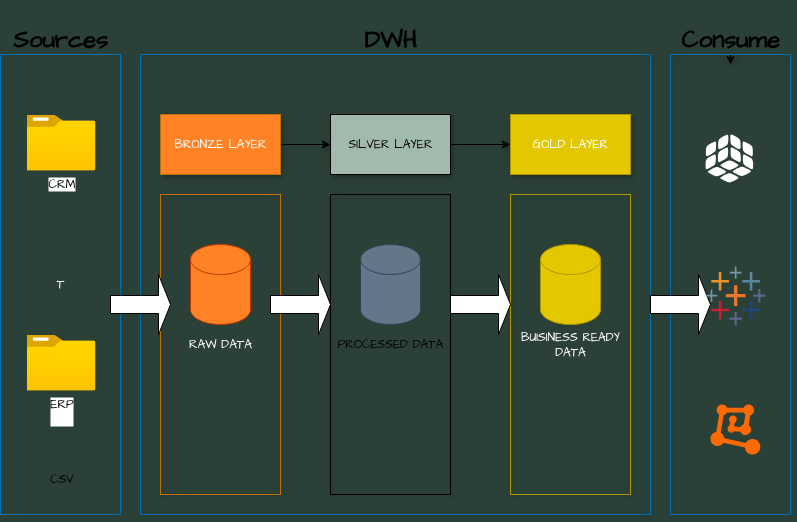
Before: docs/diagrams/Architecture_design.png, a diagram exported from draw.io (KonstantinosRamm/sql_data_warehouse_project). Source tidied: cells renumbered, new cells last; positions are measured from the earlier drawing's top-left corner, leaving out a move shared by most shapes. Its diagram source:
```xml
<mxGraphModel background="#2B4138">
  <root>
    <mxCell id="0" />
    <mxCell id="1" parent="0" />
    <mxCell id="2" value="T" style="rounded=0;whiteSpace=wrap;html=1;hachureGap=4;fontFamily=Architects Daughter;fontSource=https%3A%2F%2Ffonts.googleapis.com%2Fcss%3Ffamily%3DArchitects%2BDaughter;fillColor=none;fontColor=#ffffff;strokeColor=#006EAF;glass=0;" parent="1" vertex="1">
      <mxGeometry y="50" width="120" height="460" as="geometry" />
    </mxCell>
    <mxCell id="3" style="rounded=0;whiteSpace=wrap;html=1;hachureGap=4;fontFamily=Architects Daughter;fontSource=https%3A%2F%2Ffonts.googleapis.com%2Fcss%3Ffamily%3DArchitects%2BDaughter;fillColor=none;fontColor=#ffffff;strokeColor=#006EAF;shadow=1;" parent="1" vertex="1">
      <mxGeometry x="140" y="50" width="510" height="460" as="geometry" />
    </mxCell>
    <mxCell id="4" style="edgeStyle=orthogonalEdgeStyle;rounded=0;hachureGap=4;jettySize=auto;html=1;exitX=0.5;exitY=0;exitDx=0;exitDy=0;fontFamily=Architects Daughter;fontSource=https%3A%2F%2Ffonts.googleapis.com%2Fcss%3Ffamily%3DArchitects%2BDaughter;shadow=1;" parent="1" edge="1" source="5">
      <mxGeometry relative="1" as="geometry">
        <mxPoint x="730" y="60" as="targetPoint" />
      </mxGeometry>
    </mxCell>
    <mxCell id="5" style="rounded=0;whiteSpace=wrap;html=1;hachureGap=4;fontFamily=Architects Daughter;fontSource=https%3A%2F%2Ffonts.googleapis.com%2Fcss%3Ffamily%3DArchitects%2BDaughter;fillColor=none;fontColor=#ffffff;strokeColor=#006EAF;shadow=1;" parent="1" vertex="1">
      <mxGeometry x="670" y="50" width="120" height="460" as="geometry" />
    </mxCell>
    <mxCell id="6" value="&lt;h1&gt;Sources&lt;/h1&gt;" style="text;html=1;align=center;verticalAlign=middle;strokeColor=none;fillColor=none;fontFamily=Architects Daughter;fontSource=https%3A%2F%2Ffonts.googleapis.com%2Fcss%3Ffamily%3DArchitects%2BDaughter;" parent="1" vertex="1">
      <mxGeometry width="120" height="70" as="geometry" />
    </mxCell>
    <mxCell id="7" value="&lt;h1&gt;DWH&lt;/h1&gt;" style="text;html=1;align=center;verticalAlign=middle;strokeColor=none;fillColor=none;fontFamily=Architects Daughter;fontSource=https%3A%2F%2Ffonts.googleapis.com%2Fcss%3Ffamily%3DArchitects%2BDaughter;shadow=1;" parent="1" vertex="1">
      <mxGeometry x="350" width="80" height="70" as="geometry" />
    </mxCell>
    <mxCell id="8" value="&lt;h1&gt;Consume&lt;/h1&gt;" style="text;html=1;align=center;verticalAlign=middle;strokeColor=none;fillColor=none;fontFamily=Architects Daughter;fontSource=https%3A%2F%2Ffonts.googleapis.com%2Fcss%3Ffamily%3DArchitects%2BDaughter;shadow=1;" parent="1" vertex="1">
      <mxGeometry x="670" width="120" height="70" as="geometry" />
    </mxCell>
    <mxCell id="9" style="edgeStyle=orthogonalEdgeStyle;rounded=0;hachureGap=4;jettySize=auto;html=1;fontFamily=Architects Daughter;fontSource=https%3A%2F%2Ffonts.googleapis.com%2Fcss%3Ffamily%3DArchitects%2BDaughter;shadow=1;" parent="1" edge="1" source="10" target="12">
      <mxGeometry relative="1" as="geometry" />
    </mxCell>
    <mxCell id="10" value="&lt;font style=&quot;color: rgb(255, 255, 255);&quot;&gt;BRONZE LAYER&lt;/font&gt;" style="rounded=0;whiteSpace=wrap;html=1;hachureGap=4;fontFamily=Architects Daughter;fontSource=https%3A%2F%2Ffonts.googleapis.com%2Fcss%3Ffamily%3DArchitects%2BDaughter;fillColor=#FF8324;fontColor=#000000;strokeColor=#BD7000;shadow=1;" parent="1" vertex="1">
      <mxGeometry x="160" y="110" width="120" height="60" as="geometry" />
    </mxCell>
    <mxCell id="11" style="edgeStyle=orthogonalEdgeStyle;rounded=0;hachureGap=4;jettySize=auto;html=1;fontFamily=Architects Daughter;fontSource=https%3A%2F%2Ffonts.googleapis.com%2Fcss%3Ffamily%3DArchitects%2BDaughter;shadow=1;" parent="1" edge="1" source="12" target="13">
      <mxGeometry relative="1" as="geometry" />
    </mxCell>
    <mxCell id="12" value="SILVER LAYER" style="rounded=0;whiteSpace=wrap;html=1;hachureGap=4;fontFamily=Architects Daughter;fontSource=https%3A%2F%2Ffonts.googleapis.com%2Fcss%3Ffamily%3DArchitects%2BDaughter;fillColor=#A2B9AE;shadow=1;" parent="1" vertex="1">
      <mxGeometry x="330" y="110" width="120" height="60" as="geometry" />
    </mxCell>
    <mxCell id="13" value="&lt;font style=&quot;color: rgb(255, 255, 255);&quot;&gt;GOLD LAYER&lt;/font&gt;" style="rounded=0;whiteSpace=wrap;html=1;hachureGap=4;fontFamily=Architects Daughter;fontSource=https%3A%2F%2Ffonts.googleapis.com%2Fcss%3Ffamily%3DArchitects%2BDaughter;fillColor=#e3c800;fontColor=#000000;strokeColor=#B09500;shadow=1;" parent="1" vertex="1">
      <mxGeometry x="510" y="110" width="120" height="60" as="geometry" />
    </mxCell>
    <mxCell id="14" value="&lt;font style=&quot;color: rgb(255, 255, 255);&quot;&gt;RAW DATA&lt;/font&gt;" style="rounded=0;whiteSpace=wrap;html=1;hachureGap=4;fontFamily=Architects Daughter;fontSource=https%3A%2F%2Ffonts.googleapis.com%2Fcss%3Ffamily%3DArchitects%2BDaughter;fillColor=none;fontColor=#000000;strokeColor=#BD7000;shadow=1;" parent="1" vertex="1">
      <mxGeometry x="160" y="190" width="120" height="300" as="geometry" />
    </mxCell>
    <mxCell id="15" value="PROCESSED DATA" style="rounded=0;whiteSpace=wrap;html=1;hachureGap=4;fontFamily=Architects Daughter;fontSource=https%3A%2F%2Ffonts.googleapis.com%2Fcss%3Ffamily%3DArchitects%2BDaughter;fillColor=none;shadow=1;" parent="1" vertex="1">
      <mxGeometry x="330" y="190" width="120" height="300" as="geometry" />
    </mxCell>
    <mxCell id="16" value="&lt;font style=&quot;color: rgb(255, 255, 255);&quot;&gt;BUISINESS READY DATA&lt;/font&gt;" style="rounded=0;whiteSpace=wrap;html=1;hachureGap=4;fontFamily=Architects Daughter;fontSource=https%3A%2F%2Ffonts.googleapis.com%2Fcss%3Ffamily%3DArchitects%2BDaughter;fillColor=none;fontColor=#000000;strokeColor=#B09500;shadow=1;" parent="1" vertex="1">
      <mxGeometry x="510" y="190" width="120" height="300" as="geometry" />
    </mxCell>
    <mxCell id="17" value="CRM" style="image;html=1;align=center;fontSize=12;image=img/lib/azure2/general/Folder_Blank.svg;sketch=1;hachureGap=4;jiggle=2;curveFitting=1;fontFamily=Architects Daughter;fontSource=https%3A%2F%2Ffonts.googleapis.com%2Fcss%3Ffamily%3DArchitects%2BDaughter;" parent="1" vertex="1">
      <mxGeometry x="26" y="110" width="69" height="56" as="geometry" />
    </mxCell>
    <mxCell id="18" value="&lt;span&gt;ERP&lt;/span&gt;&lt;div&gt;&lt;br&gt;&lt;/div&gt;" style="image;html=1;align=center;fontSize=12;image=img/lib/azure2/general/Folder_Blank.svg;sketch=1;hachureGap=4;jiggle=2;curveFitting=1;fontFamily=Architects Daughter;fontSource=https%3A%2F%2Ffonts.googleapis.com%2Fcss%3Ffamily%3DArchitects%2BDaughter;" parent="1" vertex="1">
      <mxGeometry x="26" y="330" width="69" height="56" as="geometry" />
    </mxCell>
    <mxCell id="19" value="CSV" style="text;html=1;align=center;verticalAlign=middle;strokeColor=none;fillColor=none;fontFamily=Architects Daughter;fontSource=https%3A%2F%2Ffonts.googleapis.com%2Fcss%3Ffamily%3DArchitects%2BDaughter;" parent="1" vertex="1">
      <mxGeometry x="35.5" y="460" width="50" height="30" as="geometry" />
    </mxCell>
    <mxCell id="20" style="shape=cylinder3;whiteSpace=wrap;html=1;boundedLbl=1;backgroundOutline=1;size=15;hachureGap=4;fontFamily=Architects Daughter;fontSource=https%3A%2F%2Ffonts.googleapis.com%2Fcss%3Ffamily%3DArchitects%2BDaughter;fillColor=#FF8324;fontColor=#000000;strokeColor=#C73500;" parent="1" vertex="1">
      <mxGeometry x="190" y="240" width="60" height="80" as="geometry" />
    </mxCell>
    <mxCell id="21" style="shape=cylinder3;whiteSpace=wrap;html=1;boundedLbl=1;backgroundOutline=1;size=15;hachureGap=4;fontFamily=Architects Daughter;fontSource=https%3A%2F%2Ffonts.googleapis.com%2Fcss%3Ffamily%3DArchitects%2BDaughter;fillColor=#647687;fontColor=#ffffff;strokeColor=#314354;" parent="1" vertex="1">
      <mxGeometry x="360" y="240" width="60" height="80" as="geometry" />
    </mxCell>
    <mxCell id="22" style="shape=cylinder3;whiteSpace=wrap;html=1;boundedLbl=1;backgroundOutline=1;size=15;hachureGap=4;fontFamily=Architects Daughter;fontSource=https%3A%2F%2Ffonts.googleapis.com%2Fcss%3Ffamily%3DArchitects%2BDaughter;fillColor=#e3c800;fontColor=#000000;strokeColor=#B09500;" parent="1" vertex="1">
      <mxGeometry x="540" y="240" width="60" height="80" as="geometry" />
    </mxCell>
    <mxCell id="23" style="shape=singleArrow;whiteSpace=wrap;html=1;hachureGap=4;fontFamily=Architects Daughter;fontSource=https%3A%2F%2Ffonts.googleapis.com%2Fcss%3Ffamily%3DArchitects%2BDaughter;" parent="1" vertex="1">
      <mxGeometry x="270" y="270" width="60" height="60" as="geometry" />
    </mxCell>
    <mxCell id="24" style="shape=singleArrow;whiteSpace=wrap;html=1;hachureGap=4;fontFamily=Architects Daughter;fontSource=https%3A%2F%2Ffonts.googleapis.com%2Fcss%3Ffamily%3DArchitects%2BDaughter;" parent="1" vertex="1">
      <mxGeometry x="450" y="270" width="60" height="60" as="geometry" />
    </mxCell>
    <mxCell id="25" style="shape=singleArrow;whiteSpace=wrap;html=1;hachureGap=4;fontFamily=Architects Daughter;fontSource=https%3A%2F%2Ffonts.googleapis.com%2Fcss%3Ffamily%3DArchitects%2BDaughter;" parent="1" vertex="1">
      <mxGeometry x="650" y="270" width="60" height="60" as="geometry" />
    </mxCell>
    <mxCell id="26" style="shape=singleArrow;whiteSpace=wrap;html=1;hachureGap=4;fontFamily=Architects Daughter;fontSource=https%3A%2F%2Ffonts.googleapis.com%2Fcss%3Ffamily%3DArchitects%2BDaughter;" parent="1" vertex="1">
      <mxGeometry x="110" y="270" width="60" height="60" as="geometry" />
    </mxCell>
    <mxCell id="27" style="html=1;align=center;shadow=0;dashed=0;fillColor=#FF6A00;strokeColor=none;shape=mxgraph.alibaba_cloud.machine_learning;hachureGap=4;fontFamily=Architects Daughter;fontSource=https%3A%2F%2Ffonts.googleapis.com%2Fcss%3Ffamily%3DArchitects%2BDaughter;" parent="1" vertex="1">
      <mxGeometry x="710" y="400" width="49.8" height="50.1" as="geometry" />
    </mxCell>
    <mxCell id="28" style="verticalLabelPosition=bottom;html=1;shape=mxgraph.salesforce.analytics;fillColorStyles=fillColor2,fillColor3,fillColor4,fillColor5,fillColor6,fillColor7,fillColor8;fillColor2=#7099a6;fillColor3=#eb912c;fillColor4=#c72035;fillColor5=#1f447e;fillColor6=#59879b;fillColor7=#e8762c;fillColor8=#5b6591;fillColor=default;strokeColor=none;hachureGap=4;fontFamily=Architects Daughter;fontSource=https%3A%2F%2Ffonts.googleapis.com%2Fcss%3Ffamily%3DArchitects%2BDaughter;" parent="1" vertex="1">
      <mxGeometry x="705" y="262" width="60" height="58.8" as="geometry" />
    </mxCell>
    <mxCell id="29" style="html=1;align=center;shadow=0;dashed=0;fillColor=default;strokeColor=none;shape=mxgraph.alibaba_cloud.quickbi;hachureGap=4;fontFamily=Architects Daughter;fontSource=https%3A%2F%2Ffonts.googleapis.com%2Fcss%3Ffamily%3DArchitects%2BDaughter;" parent="1" vertex="1">
      <mxGeometry x="705" y="130" width="47.7" height="48" as="geometry" />
    </mxCell>
  </root>
</mxGraphModel>
```
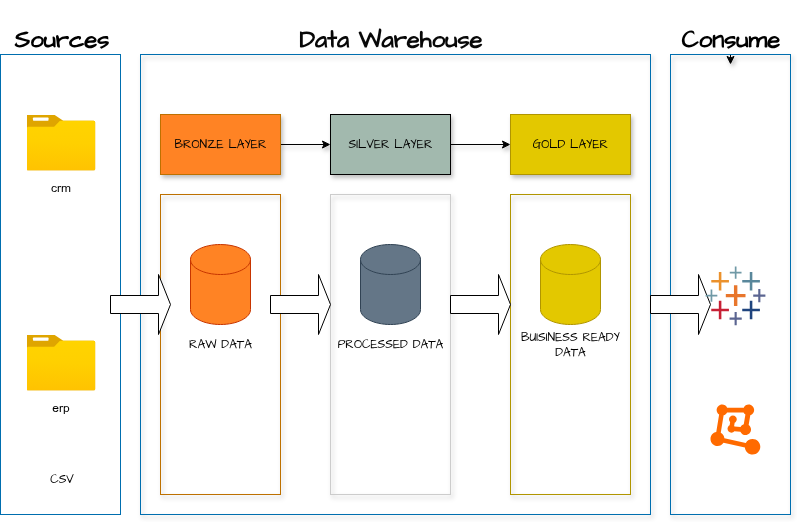
Later version of the same file.

Commit message:
Fixed mistakes in flow and design diagrams

The edit, as a diff of the source:
```diff
@@ -1,4 +1,4 @@
-<mxGraphModel background="#2B4138">
+<mxGraphModel background="#FFFFFF">
   <root>
     <mxCell id="0" />
     <mxCell id="1" parent="0" />
@@ -16,46 +16,46 @@
     <mxCell id="5" style="rounded=0;whiteSpace=wrap;html=1;hachureGap=4;fontFamily=Architects Daughter;fontSource=https%3A%2F%2Ffonts.googleapis.com%2Fcss%3Ffamily%3DArchitects%2BDaughter;fillColor=none;fontColor=#ffffff;strokeColor=#006EAF;shadow=1;" parent="1" vertex="1">
       <mxGeometry x="670" y="50" width="120" height="460" as="geometry" />
     </mxCell>
-    <mxCell id="6" value="&lt;h1&gt;Sources&lt;/h1&gt;" style="text;html=1;align=center;verticalAlign=middle;strokeColor=none;fillColor=none;fontFamily=Architects Daughter;fontSource=https%3A%2F%2Ffonts.googleapis.com%2Fcss%3Ffamily%3DArchitects%2BDaughter;" parent="1" vertex="1">
-      <mxGeometry width="120" height="70" as="geometry" />
+    <mxCell id="6" value="&lt;h1&gt;&lt;font style=&quot;color: rgb(0, 0, 0);&quot;&gt;Sources&lt;/font&gt;&lt;/h1&gt;" style="text;html=1;align=center;verticalAlign=middle;strokeColor=none;fillColor=none;fontFamily=Architects Daughter;fontSource=https%3A%2F%2Ffonts.googleapis.com%2Fcss%3Ffamily%3DArchitects%2BDaughter;" parent="1" vertex="1">
+      <mxGeometry x="0.5" width="120" height="70" as="geometry" />
     </mxCell>
-    <mxCell id="7" value="&lt;h1&gt;DWH&lt;/h1&gt;" style="text;html=1;align=center;verticalAlign=middle;strokeColor=none;fillColor=none;fontFamily=Architects Daughter;fontSource=https%3A%2F%2Ffonts.googleapis.com%2Fcss%3Ffamily%3DArchitects%2BDaughter;shadow=1;" parent="1" vertex="1">
-      <mxGeometry x="350" width="80" height="70" as="geometry" />
+    <mxCell id="7" value="&lt;h1&gt;&lt;font style=&quot;color: rgb(8, 8, 8);&quot;&gt;Data Warehouse&lt;/font&gt;&lt;/h1&gt;" style="text;html=1;align=center;verticalAlign=middle;strokeColor=none;fillColor=none;fontFamily=Architects Daughter;fontSource=https%3A%2F%2Ffonts.googleapis.com%2Fcss%3Ffamily%3DArchitects%2BDaughter;shadow=1;" parent="1" vertex="1">
+      <mxGeometry x="285" width="210" height="70" as="geometry" />
     </mxCell>
-    <mxCell id="8" value="&lt;h1&gt;Consume&lt;/h1&gt;" style="text;html=1;align=center;verticalAlign=middle;strokeColor=none;fillColor=none;fontFamily=Architects Daughter;fontSource=https%3A%2F%2Ffonts.googleapis.com%2Fcss%3Ffamily%3DArchitects%2BDaughter;shadow=1;" parent="1" vertex="1">
+    <mxCell id="8" value="&lt;h1&gt;&lt;font style=&quot;color: rgb(0, 0, 0);&quot;&gt;Consume&lt;/font&gt;&lt;/h1&gt;" style="text;html=1;align=center;verticalAlign=middle;strokeColor=none;fillColor=none;fontFamily=Architects Daughter;fontSource=https%3A%2F%2Ffonts.googleapis.com%2Fcss%3Ffamily%3DArchitects%2BDaughter;shadow=1;" parent="1" vertex="1">
       <mxGeometry x="670" width="120" height="70" as="geometry" />
     </mxCell>
     <mxCell id="9" style="edgeStyle=orthogonalEdgeStyle;rounded=0;hachureGap=4;jettySize=auto;html=1;fontFamily=Architects Daughter;fontSource=https%3A%2F%2Ffonts.googleapis.com%2Fcss%3Ffamily%3DArchitects%2BDaughter;shadow=1;" parent="1" edge="1" source="10" target="12">
       <mxGeometry relative="1" as="geometry" />
     </mxCell>
-    <mxCell id="10" value="&lt;font style=&quot;color: rgb(255, 255, 255);&quot;&gt;BRONZE LAYER&lt;/font&gt;" style="rounded=0;whiteSpace=wrap;html=1;hachureGap=4;fontFamily=Architects Daughter;fontSource=https%3A%2F%2Ffonts.googleapis.com%2Fcss%3Ffamily%3DArchitects%2BDaughter;fillColor=#FF8324;fontColor=#000000;strokeColor=#BD7000;shadow=1;" parent="1" vertex="1">
+    <mxCell id="10" value="&lt;font style=&quot;color: rgb(3, 3, 3);&quot;&gt;BRONZE LAYER&lt;/font&gt;" style="rounded=0;whiteSpace=wrap;html=1;hachureGap=4;fontFamily=Architects Daughter;fontSource=https%3A%2F%2Ffonts.googleapis.com%2Fcss%3Ffamily%3DArchitects%2BDaughter;fillColor=#FF8324;fontColor=#000000;strokeColor=#BD7000;shadow=1;" parent="1" vertex="1">
       <mxGeometry x="160" y="110" width="120" height="60" as="geometry" />
     </mxCell>
     <mxCell id="11" style="edgeStyle=orthogonalEdgeStyle;rounded=0;hachureGap=4;jettySize=auto;html=1;fontFamily=Architects Daughter;fontSource=https%3A%2F%2Ffonts.googleapis.com%2Fcss%3Ffamily%3DArchitects%2BDaughter;shadow=1;" parent="1" edge="1" source="12" target="13">
       <mxGeometry relative="1" as="geometry" />
     </mxCell>
-    <mxCell id="12" value="SILVER LAYER" style="rounded=0;whiteSpace=wrap;html=1;hachureGap=4;fontFamily=Architects Daughter;fontSource=https%3A%2F%2Ffonts.googleapis.com%2Fcss%3Ffamily%3DArchitects%2BDaughter;fillColor=#A2B9AE;shadow=1;" parent="1" vertex="1">
+    <mxCell id="12" value="&lt;font style=&quot;color: rgb(0, 0, 0);&quot;&gt;SILVER LAYER&lt;/font&gt;" style="rounded=0;whiteSpace=wrap;html=1;hachureGap=4;fontFamily=Architects Daughter;fontSource=https%3A%2F%2Ffonts.googleapis.com%2Fcss%3Ffamily%3DArchitects%2BDaughter;fillColor=#A2B9AE;shadow=1;" parent="1" vertex="1">
       <mxGeometry x="330" y="110" width="120" height="60" as="geometry" />
     </mxCell>
-    <mxCell id="13" value="&lt;font style=&quot;color: rgb(255, 255, 255);&quot;&gt;GOLD LAYER&lt;/font&gt;" style="rounded=0;whiteSpace=wrap;html=1;hachureGap=4;fontFamily=Architects Daughter;fontSource=https%3A%2F%2Ffonts.googleapis.com%2Fcss%3Ffamily%3DArchitects%2BDaughter;fillColor=#e3c800;fontColor=#000000;strokeColor=#B09500;shadow=1;" parent="1" vertex="1">
+    <mxCell id="13" value="&lt;font style=&quot;color: rgb(0, 0, 0);&quot;&gt;GOLD LAYER&lt;/font&gt;" style="rounded=0;whiteSpace=wrap;html=1;hachureGap=4;fontFamily=Architects Daughter;fontSource=https%3A%2F%2Ffonts.googleapis.com%2Fcss%3Ffamily%3DArchitects%2BDaughter;fillColor=#e3c800;fontColor=#000000;strokeColor=#B09500;shadow=1;" parent="1" vertex="1">
       <mxGeometry x="510" y="110" width="120" height="60" as="geometry" />
     </mxCell>
-    <mxCell id="14" value="&lt;font style=&quot;color: rgb(255, 255, 255);&quot;&gt;RAW DATA&lt;/font&gt;" style="rounded=0;whiteSpace=wrap;html=1;hachureGap=4;fontFamily=Architects Daughter;fontSource=https%3A%2F%2Ffonts.googleapis.com%2Fcss%3Ffamily%3DArchitects%2BDaughter;fillColor=none;fontColor=#000000;strokeColor=#BD7000;shadow=1;" parent="1" vertex="1">
+    <mxCell id="14" value="&lt;font style=&quot;color: rgb(0, 0, 0);&quot;&gt;RAW DATA&lt;/font&gt;" style="rounded=0;whiteSpace=wrap;html=1;hachureGap=4;fontFamily=Architects Daughter;fontSource=https%3A%2F%2Ffonts.googleapis.com%2Fcss%3Ffamily%3DArchitects%2BDaughter;fillColor=none;fontColor=#000000;strokeColor=#BD7000;shadow=1;" parent="1" vertex="1">
       <mxGeometry x="160" y="190" width="120" height="300" as="geometry" />
     </mxCell>
-    <mxCell id="15" value="PROCESSED DATA" style="rounded=0;whiteSpace=wrap;html=1;hachureGap=4;fontFamily=Architects Daughter;fontSource=https%3A%2F%2Ffonts.googleapis.com%2Fcss%3Ffamily%3DArchitects%2BDaughter;fillColor=none;shadow=1;" parent="1" vertex="1">
+    <mxCell id="15" value="&lt;font style=&quot;color: rgb(0, 0, 0);&quot;&gt;PROCESSED DATA&lt;/font&gt;" style="rounded=0;whiteSpace=wrap;html=1;hachureGap=4;fontFamily=Architects Daughter;fontSource=https%3A%2F%2Ffonts.googleapis.com%2Fcss%3Ffamily%3DArchitects%2BDaughter;fillColor=none;shadow=1;strokeColor=#CCCCCC;" parent="1" vertex="1">
       <mxGeometry x="330" y="190" width="120" height="300" as="geometry" />
     </mxCell>
-    <mxCell id="16" value="&lt;font style=&quot;color: rgb(255, 255, 255);&quot;&gt;BUISINESS READY DATA&lt;/font&gt;" style="rounded=0;whiteSpace=wrap;html=1;hachureGap=4;fontFamily=Architects Daughter;fontSource=https%3A%2F%2Ffonts.googleapis.com%2Fcss%3Ffamily%3DArchitects%2BDaughter;fillColor=none;fontColor=#000000;strokeColor=#B09500;shadow=1;" parent="1" vertex="1">
+    <mxCell id="16" value="&lt;font style=&quot;color: rgb(0, 0, 0);&quot;&gt;BUISINESS READY DATA&lt;/font&gt;" style="rounded=0;whiteSpace=wrap;html=1;hachureGap=4;fontFamily=Architects Daughter;fontSource=https%3A%2F%2Ffonts.googleapis.com%2Fcss%3Ffamily%3DArchitects%2BDaughter;fillColor=none;fontColor=#000000;strokeColor=#B09500;shadow=1;" parent="1" vertex="1">
       <mxGeometry x="510" y="190" width="120" height="300" as="geometry" />
     </mxCell>
-    <mxCell id="17" value="CRM" style="image;html=1;align=center;fontSize=12;image=img/lib/azure2/general/Folder_Blank.svg;sketch=1;hachureGap=4;jiggle=2;curveFitting=1;fontFamily=Architects Daughter;fontSource=https%3A%2F%2Ffonts.googleapis.com%2Fcss%3Ffamily%3DArchitects%2BDaughter;" parent="1" vertex="1">
+    <mxCell id="17" style="image;html=1;align=center;fontSize=12;image=img/lib/azure2/general/Folder_Blank.svg;sketch=1;hachureGap=4;jiggle=2;curveFitting=1;fontFamily=Architects Daughter;fontSource=https%3A%2F%2Ffonts.googleapis.com%2Fcss%3Ffamily%3DArchitects%2BDaughter;" parent="1" vertex="1">
       <mxGeometry x="26" y="110" width="69" height="56" as="geometry" />
     </mxCell>
-    <mxCell id="18" value="&lt;span&gt;ERP&lt;/span&gt;&lt;div&gt;&lt;br&gt;&lt;/div&gt;" style="image;html=1;align=center;fontSize=12;image=img/lib/azure2/general/Folder_Blank.svg;sketch=1;hachureGap=4;jiggle=2;curveFitting=1;fontFamily=Architects Daughter;fontSource=https%3A%2F%2Ffonts.googleapis.com%2Fcss%3Ffamily%3DArchitects%2BDaughter;" parent="1" vertex="1">
+    <mxCell id="18" value="&lt;div&gt;&lt;br&gt;&lt;/div&gt;" style="image;html=1;align=center;fontSize=12;image=img/lib/azure2/general/Folder_Blank.svg;sketch=1;hachureGap=4;jiggle=2;curveFitting=1;fontFamily=Architects Daughter;fontSource=https%3A%2F%2Ffonts.googleapis.com%2Fcss%3Ffamily%3DArchitects%2BDaughter;" parent="1" vertex="1">
       <mxGeometry x="26" y="330" width="69" height="56" as="geometry" />
     </mxCell>
-    <mxCell id="19" value="CSV" style="text;html=1;align=center;verticalAlign=middle;strokeColor=none;fillColor=none;fontFamily=Architects Daughter;fontSource=https%3A%2F%2Ffonts.googleapis.com%2Fcss%3Ffamily%3DArchitects%2BDaughter;" parent="1" vertex="1">
+    <mxCell id="19" value="&lt;font style=&quot;color: rgb(0, 0, 0);&quot;&gt;CSV&lt;/font&gt;" style="text;html=1;align=center;verticalAlign=middle;strokeColor=none;fillColor=none;fontFamily=Architects Daughter;fontSource=https%3A%2F%2Ffonts.googleapis.com%2Fcss%3Ffamily%3DArchitects%2BDaughter;" parent="1" vertex="1">
       <mxGeometry x="35.5" y="460" width="50" height="30" as="geometry" />
     </mxCell>
     <mxCell id="20" style="shape=cylinder3;whiteSpace=wrap;html=1;boundedLbl=1;backgroundOutline=1;size=15;hachureGap=4;fontFamily=Architects Daughter;fontSource=https%3A%2F%2Ffonts.googleapis.com%2Fcss%3Ffamily%3DArchitects%2BDaughter;fillColor=#FF8324;fontColor=#000000;strokeColor=#C73500;" parent="1" vertex="1">
@@ -88,5 +88,11 @@
     <mxCell id="29" style="html=1;align=center;shadow=0;dashed=0;fillColor=default;strokeColor=none;shape=mxgraph.alibaba_cloud.quickbi;hachureGap=4;fontFamily=Architects Daughter;fontSource=https%3A%2F%2Ffonts.googleapis.com%2Fcss%3Ffamily%3DArchitects%2BDaughter;" parent="1" vertex="1">
       <mxGeometry x="705" y="130" width="47.7" height="48" as="geometry" />
     </mxCell>
+    <mxCell id="30" value="crm" style="text;html=1;align=center;verticalAlign=middle;strokeColor=none;fillColor=none;fontColor=#000000;" parent="1" vertex="1">
+      <mxGeometry x="40" y="168" width="40" height="30" as="geometry" />
+    </mxCell>
+    <mxCell id="31" value="erp" style="text;html=1;align=center;verticalAlign=middle;strokeColor=none;fillColor=none;fontColor=#000000;" parent="1" vertex="1">
+      <mxGeometry x="40" y="388" width="40" height="30" as="geometry" />
+    </mxCell>
   </root>
 </mxGraphModel>
```
